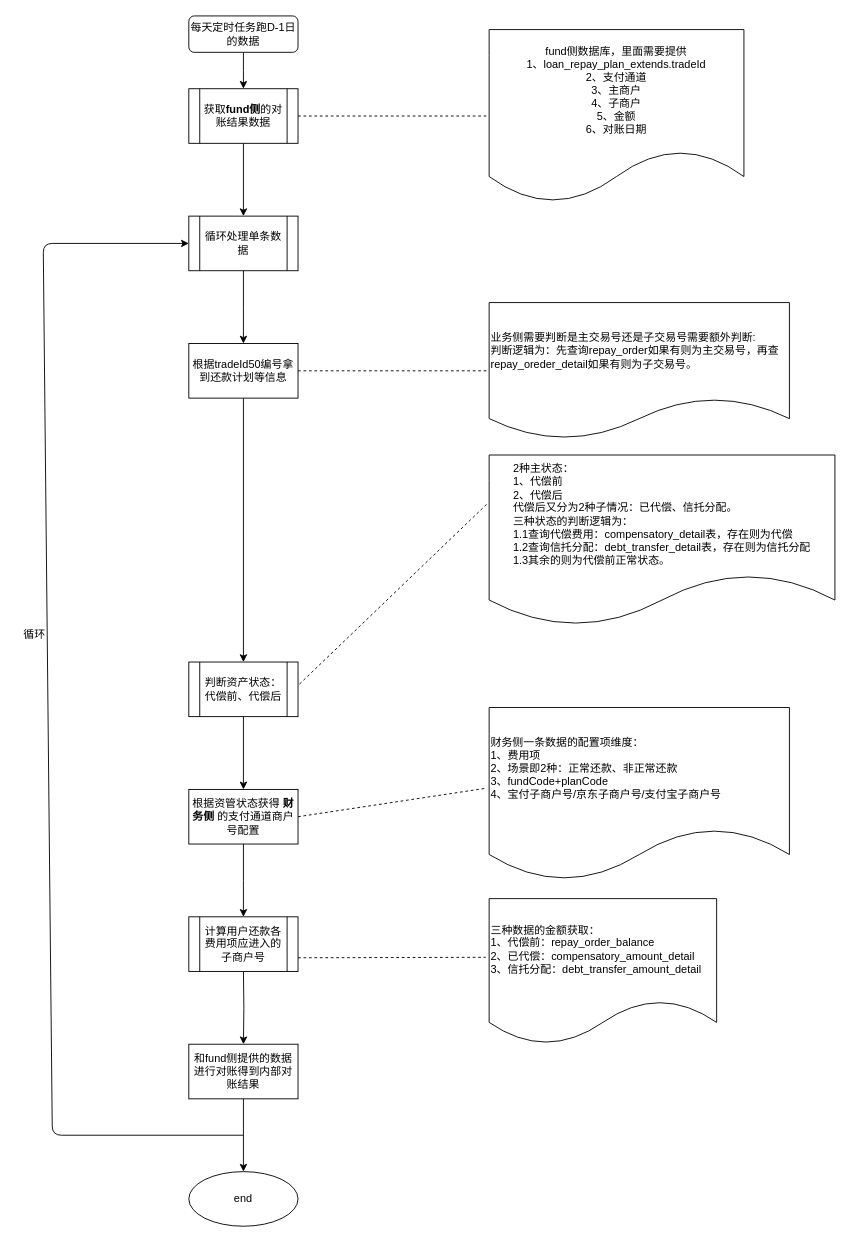
This is Untitled Diagram.drawio from guoZD/draw, a draw.io file, before an edit. Source tidied: cells renumbered, new cells numbered last; positions are measured from the earlier drawing's top-left corner, leaving out a move shared by most shapes. Both pictures are drawn from the tidied source at 91%, with x=0, y=0 at pixel (15, 15).
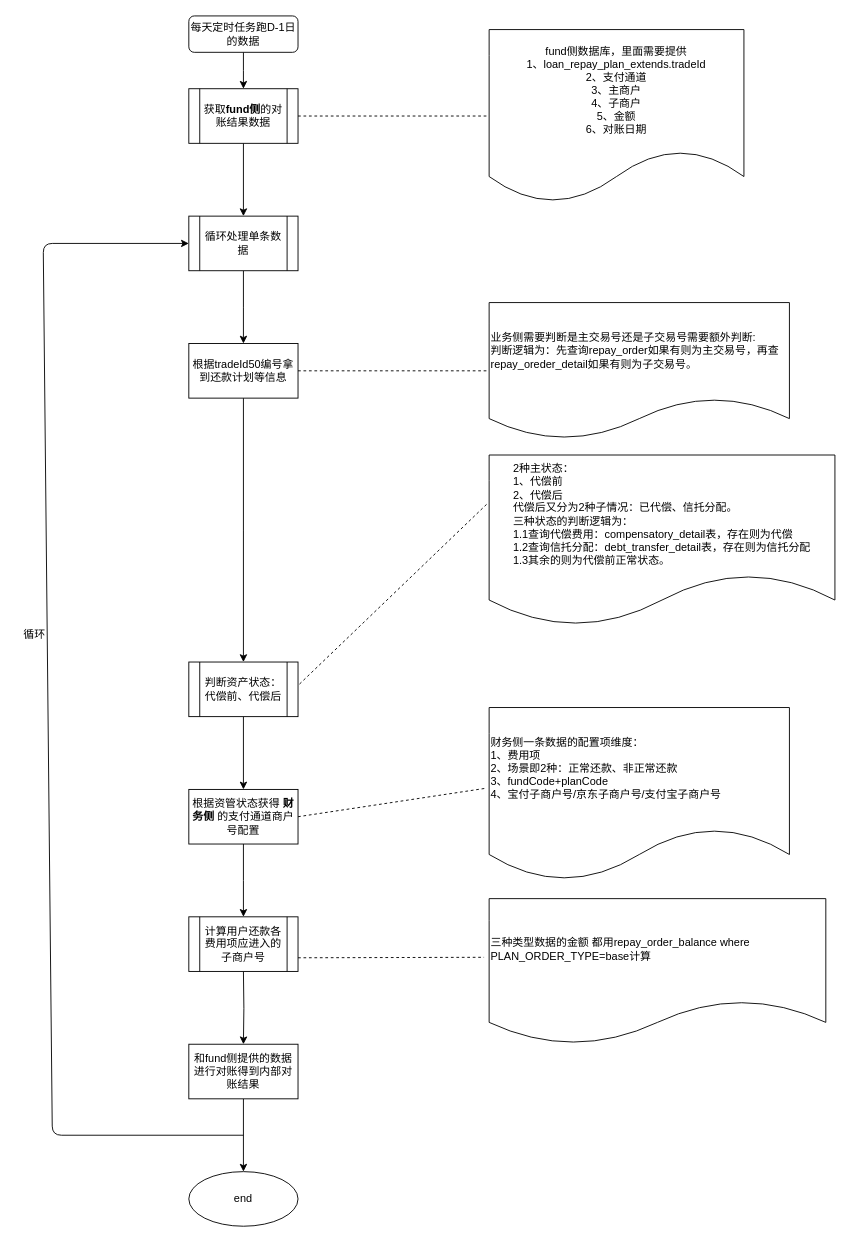
Above is the later version.

The edit, as a diff of the source:
```diff
@@
-    <mxCell id="27" value="三种数据的金额获取：&lt;br&gt;1、代偿前：repay_order_balance&lt;br&gt;2、已代偿：compensatory_amount_detail&lt;br&gt;3、信托分配：debt_transfer_amount_detail" style="shape=document;whiteSpace=wrap;html=1;boundedLbl=1;align=left;" parent="1" vertex="1">
-      <mxGeometry x="520" y="970" width="250" height="160" as="geometry" />
+    <mxCell id="27" value="三种类型数据的金额 都用repay_order_balance where PLAN_ORDER_TYPE=base计算" style="shape=document;whiteSpace=wrap;html=1;boundedLbl=1;align=left;" parent="1" vertex="1">
+      <mxGeometry x="520" y="970" width="370" height="160" as="geometry" />
     </mxCell>
```
